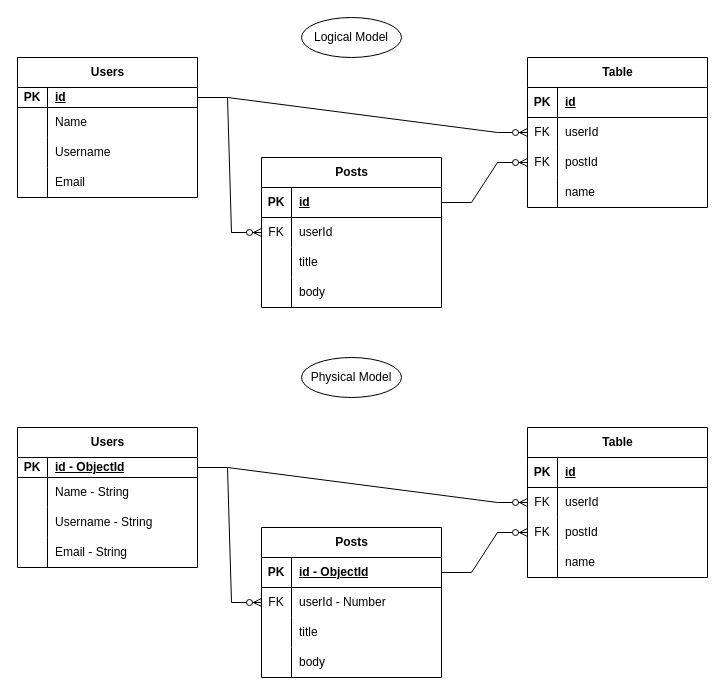
The draw.io diagram MiniProject3.drawio in JarrodJackson2000/MiniProject3, before the edit. Source tidied: cells renumbered, new cells numbered last; positions are measured from the earlier drawing's top-left corner, leaving out a move shared by most shapes. Both pictures are drawn from the tidied source at 100%, with x=0, y=0 at pixel (17, 17).
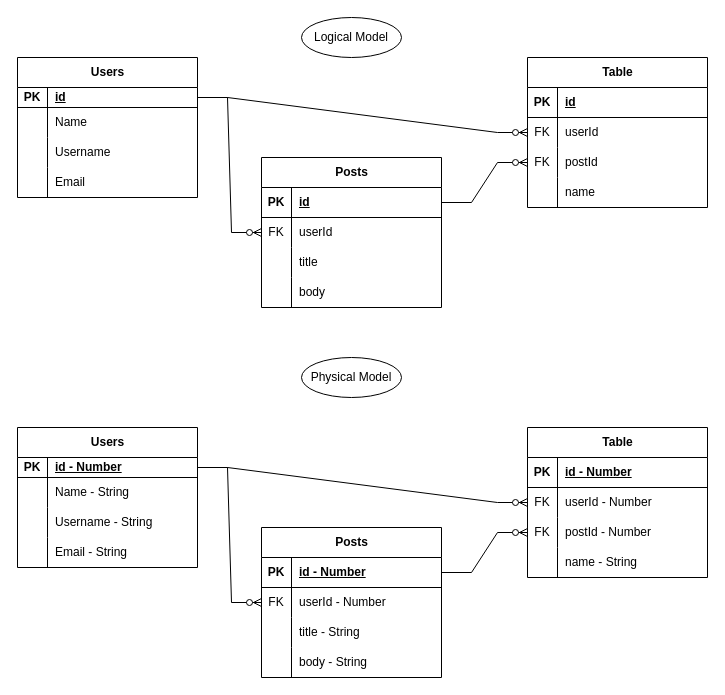
The same page after the edit.

Unchanged cells that the change refers to:
```xml
<mxCell id="47" style="shape=tableRow;horizontal=0;startSize=0;swimlaneHead=0;swimlaneBody=0;fillColor=none;top=0;left=0;right=0;bottom=1;" parent="46" vertex="1">
  <mxGeometry y="30" width="180" height="20" as="geometry" />
</mxCell>
<mxCell id="60" style="shape=tableRow;horizontal=0;startSize=0;swimlaneHead=0;swimlaneBody=0;fillColor=none;points=[[0,0.5],[1,0.5]];portConstraint=eastwest;top=0;left=0;right=0;bottom=1;" parent="59" vertex="1">
  <mxGeometry y="30" width="180" height="30" as="geometry" />
</mxCell>
<mxCell id="66" style="shape=tableRow;horizontal=0;startSize=0;swimlaneHead=0;swimlaneBody=0;fillColor=none;top=0;left=0;right=0;bottom=0;" parent="59" vertex="1">
  <mxGeometry y="90" width="180" height="30" as="geometry" />
</mxCell>
<mxCell id="69" style="shape=tableRow;horizontal=0;startSize=0;swimlaneHead=0;swimlaneBody=0;fillColor=none;top=0;left=0;right=0;bottom=0;" parent="59" vertex="1">
  <mxGeometry y="120" width="180" height="30" as="geometry" />
</mxCell>
<mxCell id="73" style="shape=tableRow;horizontal=0;startSize=0;swimlaneHead=0;swimlaneBody=0;fillColor=none;top=0;left=0;right=0;bottom=1;" parent="72" vertex="1">
  <mxGeometry y="30" width="180" height="30" as="geometry" />
</mxCell>
<mxCell id="76" style="shape=tableRow;horizontal=0;startSize=0;swimlaneHead=0;swimlaneBody=0;fillColor=none;points=[[0,0.5],[1,0.5]];portConstraint=eastwest;top=0;left=0;right=0;bottom=0;" parent="72" vertex="1">
  <mxGeometry y="60" width="180" height="30" as="geometry" />
</mxCell>
<mxCell id="79" style="shape=tableRow;horizontal=0;startSize=0;swimlaneHead=0;swimlaneBody=0;fillColor=none;points=[[0,0.5],[1,0.5]];portConstraint=eastwest;top=0;left=0;right=0;bottom=0;" parent="72" vertex="1">
  <mxGeometry y="90" width="180" height="30" as="geometry" />
</mxCell>
<mxCell id="82" style="shape=tableRow;horizontal=0;startSize=0;swimlaneHead=0;swimlaneBody=0;fillColor=none;top=0;left=0;right=0;bottom=0;" parent="72" vertex="1">
  <mxGeometry y="120" width="180" height="30" as="geometry" />
</mxCell>
```

Change to the diagram source:
```diff
@@
-    <mxCell id="49" value="id - ObjectId" style="shape=partialRectangle;fillColor=none;top=0;left=0;bottom=0;right=0;align=left;spacingLeft=6;fontStyle=5;overflow=hidden;whiteSpace=wrap;html=1;" parent="47" vertex="1">
+    <mxCell id="49" value="id - Number" style="shape=partialRectangle;fillColor=none;top=0;left=0;bottom=0;right=0;align=left;spacingLeft=6;fontStyle=5;overflow=hidden;whiteSpace=wrap;html=1;" parent="47" vertex="1">
       <mxGeometry x="30" width="150" height="20" as="geometry" />
     </mxCell>
@@
-    <mxCell id="62" value="id - ObjectId" style="shape=partialRectangle;fillColor=none;top=0;left=0;bottom=0;right=0;align=left;spacingLeft=6;fontStyle=5;overflow=hidden;whiteSpace=wrap;html=1;" parent="60" vertex="1">
+    <mxCell id="62" value="id - Number" style="shape=partialRectangle;fillColor=none;top=0;left=0;bottom=0;right=0;align=left;spacingLeft=6;fontStyle=5;overflow=hidden;whiteSpace=wrap;html=1;" parent="60" vertex="1">
       <mxGeometry x="30" width="150" height="30" as="geometry" />
     </mxCell>
@@
-    <mxCell id="68" value="title" style="shape=partialRectangle;fillColor=none;top=0;left=0;bottom=0;right=0;align=left;spacingLeft=6;overflow=hidden;whiteSpace=wrap;html=1;" parent="66" vertex="1">
+    <mxCell id="68" value="title - String" style="shape=partialRectangle;fillColor=none;top=0;left=0;bottom=0;right=0;align=left;spacingLeft=6;overflow=hidden;whiteSpace=wrap;html=1;" parent="66" vertex="1">
       <mxGeometry x="30" width="150" height="30" as="geometry" />
     </mxCell>
@@
-    <mxCell id="71" value="body" style="shape=partialRectangle;fillColor=none;top=0;left=0;bottom=0;right=0;align=left;spacingLeft=6;overflow=hidden;whiteSpace=wrap;html=1;" parent="69" vertex="1">
+    <mxCell id="71" value="body - String" style="shape=partialRectangle;fillColor=none;top=0;left=0;bottom=0;right=0;align=left;spacingLeft=6;overflow=hidden;whiteSpace=wrap;html=1;" parent="69" vertex="1">
       <mxGeometry x="30" width="150" height="30" as="geometry" />
     </mxCell>
@@
-    <mxCell id="75" value="id" style="shape=partialRectangle;fillColor=none;top=0;left=0;bottom=0;right=0;align=left;spacingLeft=6;fontStyle=5;overflow=hidden;whiteSpace=wrap;html=1;" parent="73" vertex="1">
+    <mxCell id="75" value="id - Number" style="shape=partialRectangle;fillColor=none;top=0;left=0;bottom=0;right=0;align=left;spacingLeft=6;fontStyle=5;overflow=hidden;whiteSpace=wrap;html=1;" parent="73" vertex="1">
       <mxGeometry x="30" width="150" height="30" as="geometry" />
     </mxCell>
@@
-    <mxCell id="78" value="userId" style="shape=partialRectangle;fillColor=none;top=0;left=0;bottom=0;right=0;align=left;spacingLeft=6;overflow=hidden;whiteSpace=wrap;html=1;" parent="76" vertex="1">
+    <mxCell id="78" value="userId - Number" style="shape=partialRectangle;fillColor=none;top=0;left=0;bottom=0;right=0;align=left;spacingLeft=6;overflow=hidden;whiteSpace=wrap;html=1;" parent="76" vertex="1">
       <mxGeometry x="30" width="150" height="30" as="geometry" />
     </mxCell>
@@
-    <mxCell id="81" value="postId" style="shape=partialRectangle;fillColor=none;top=0;left=0;bottom=0;right=0;align=left;spacingLeft=6;overflow=hidden;whiteSpace=wrap;html=1;" parent="79" vertex="1">
+    <mxCell id="81" value="postId - Number" style="shape=partialRectangle;fillColor=none;top=0;left=0;bottom=0;right=0;align=left;spacingLeft=6;overflow=hidden;whiteSpace=wrap;html=1;" parent="79" vertex="1">
       <mxGeometry x="30" width="150" height="30" as="geometry" />
     </mxCell>
@@
-    <mxCell id="84" value="name" style="shape=partialRectangle;fillColor=none;top=0;left=0;bottom=0;right=0;align=left;spacingLeft=6;overflow=hidden;whiteSpace=wrap;html=1;" parent="82" vertex="1">
+    <mxCell id="84" value="name - String" style="shape=partialRectangle;fillColor=none;top=0;left=0;bottom=0;right=0;align=left;spacingLeft=6;overflow=hidden;whiteSpace=wrap;html=1;" parent="82" vertex="1">
       <mxGeometry x="30" width="150" height="30" as="geometry" />
     </mxCell>
```
